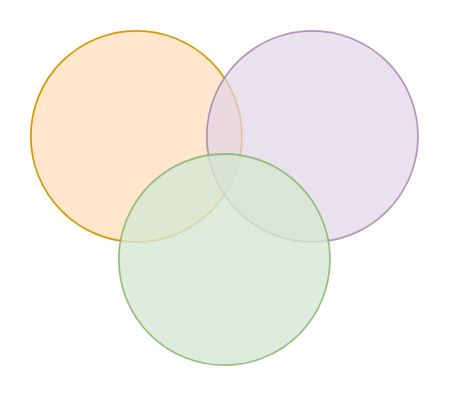
The draw.io diagram Untitled Diagram.drawio in felipediaz/school, before the edit. Source tidied: cells renumbered, new cells numbered last; positions are measured from the earlier drawing's top-left corner, leaving out a move shared by most shapes. Both pictures are drawn from the tidied source at 176%, with x=0, y=0 at pixel (30, 30).
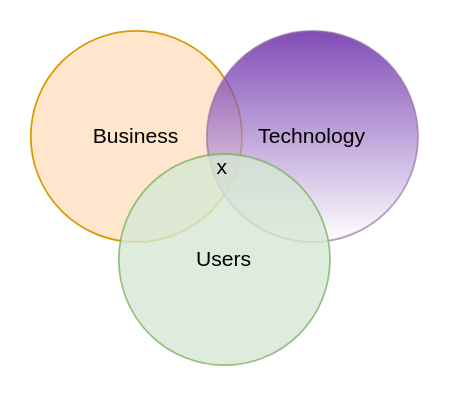
The same diagram, later.

What changed in the source:
```diff
@@
 <mxGraphModel>
   <root>
     <mxCell id="0" />
     <mxCell id="1" parent="0" />
-    <mxCell id="2" style="ellipse;whiteSpace=wrap;html=1;fillColor=#ffe6cc;strokeColor=#d79b00;" parent="1" vertex="1">
+    <mxCell id="2" value="Business" style="ellipse;whiteSpace=wrap;html=1;fillColor=#ffe6cc;strokeColor=#d79b00;" parent="1" vertex="1">
       <mxGeometry width="120" height="120" as="geometry" />
     </mxCell>
-    <mxCell id="3" style="ellipse;whiteSpace=wrap;html=1;fillColor=#e1d5e7;strokeColor=#9673a6;opacity=70;" parent="1" vertex="1">
+    <mxCell id="3" value="Technology" style="ellipse;whiteSpace=wrap;html=1;fillColor=#4C0099;strokeColor=#9673a6;opacity=70;gradientColor=#ffffff;" parent="1" vertex="1">
       <mxGeometry x="100" width="120" height="120" as="geometry" />
     </mxCell>
-    <mxCell id="4" style="ellipse;whiteSpace=wrap;html=1;fillColor=#d5e8d4;strokeColor=#82b366;opacity=80;" parent="1" vertex="1">
+    <mxCell id="4" value="Users" style="ellipse;whiteSpace=wrap;html=1;fillColor=#d5e8d4;strokeColor=#82b366;opacity=80;" parent="1" vertex="1">
       <mxGeometry x="50" y="70" width="120" height="120" as="geometry" />
     </mxCell>
+    <mxCell id="5" value="x" style="text;html=1;strokeColor=none;fillColor=none;align=center;verticalAlign=middle;whiteSpace=wrap;rounded=0;" parent="1" vertex="1">
+      <mxGeometry x="89" y="68" width="40" height="20" as="geometry" />
+    </mxCell>
   </root>
 </mxGraphModel>
```
